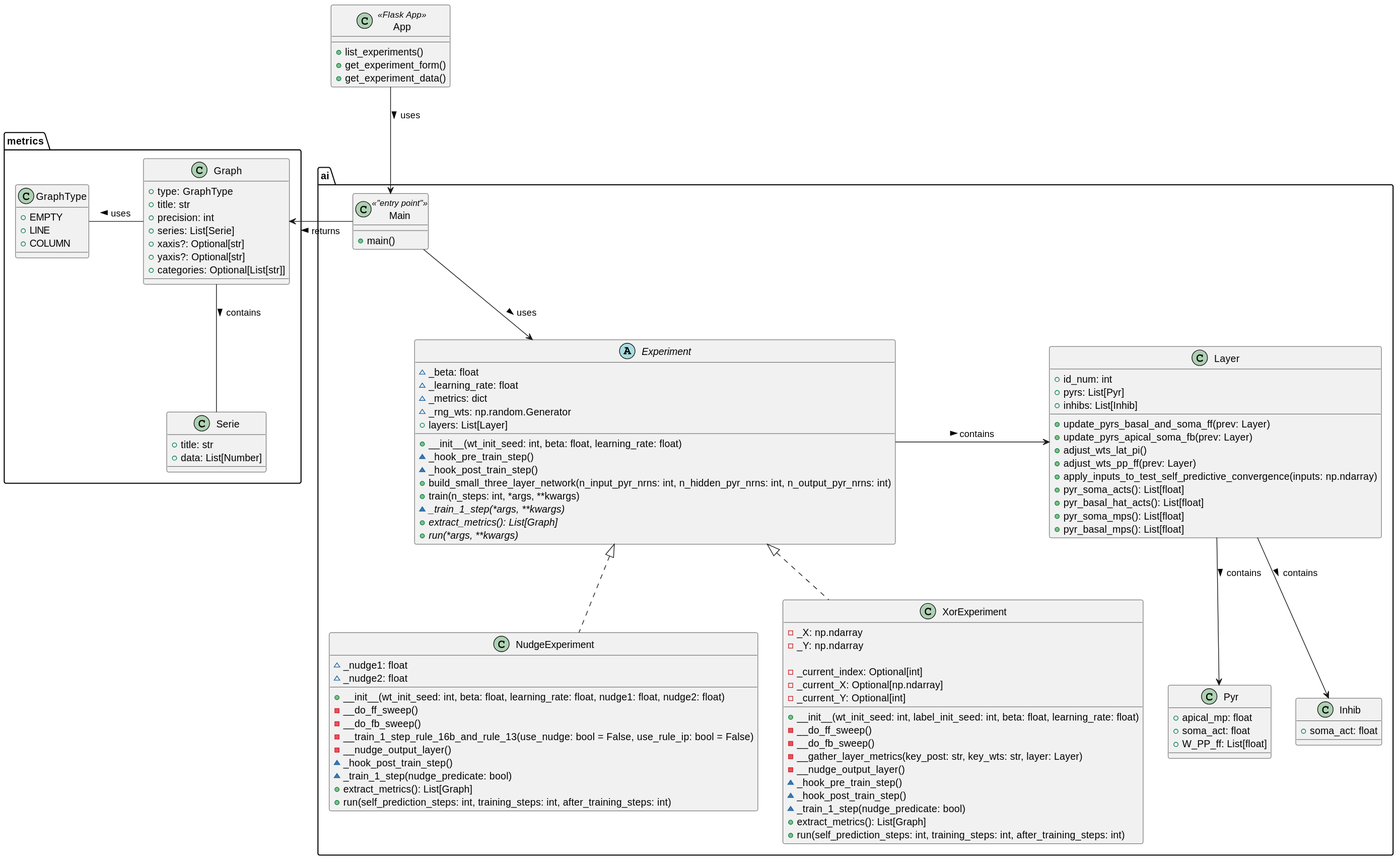
Earlier version of the PlantUML export docs/app_architecture.svg (AnthonySMaida/dendritic-microcircuits). Its diagram source:
```plantuml
@startuml
package "metrics" {
    class "Graph" {
        + type: GraphType
        + title: str
        + precision: int
        + series: List[Serie]
        + xaxis?: Optional[str]
        + yaxis?: Optional[str]
        + categories: Optional[List[str]]
    }

    class "GraphType" {
        + EMPTY
        + LINE
        + COLUMN
    }

    class "Serie" {
        + title: str
        + data: List[Number]
    }

    "GraphType" - "Graph" : < uses
    "Graph" -- "Serie" : > contains
}

package "ai" {
    abstract class "Experiment" {
        ~ _beta: float
        ~ _learning_rate: float
        ~ _metrics: dict
        ~ _rng_wts: np.random.Generator
        + layers: List[Layer]
        + __init__(wt_init_seed: int, beta: float, learning_rate: float)
        ~ _hook_pre_train_step()
        ~ _hook_post_train_step()
        + build_small_three_layer_network(n_input_pyr_nrns: int, n_hidden_pyr_nrns: int, n_output_pyr_nrns: int)
        + train(n_steps: int, *args, **kwargs)
        ~ {abstract} _train_1_step(*args, **kwargs)
        + {abstract} extract_metrics(): List[Graph]
        + {abstract} run(*args, **kwargs)
    }

    class "NudgeExperiment" implements "Experiment" {
        ~ _nudge1: float
        ~ _nudge2: float
        + __init__(wt_init_seed: int, beta: float, learning_rate: float, nudge1: float, nudge2: float)
        - __do_ff_sweep()
        - __do_fb_sweep()
        - __train_1_step_rule_16b_and_rule_13(use_nudge: bool = False, use_rule_ip: bool = False)
        - __nudge_output_layer()
        ~ _hook_post_train_step()
        ~ _train_1_step(nudge_predicate: bool)
        + extract_metrics(): List[Graph]
        + run(self_prediction_steps: int, training_steps: int, after_training_steps: int)
    }

    class "XorExperiment" implements "Experiment" {
        - _X: np.ndarray
        - _Y: np.ndarray

        - _current_index: Optional[int]
        - _current_X: Optional[np.ndarray]
        - _current_Y: Optional[int]

        + __init__(wt_init_seed: int, label_init_seed: int, beta: float, learning_rate: float)
        - __do_ff_sweep()
        - __do_fb_sweep()
        - __gather_layer_metrics(key_post: str, key_wts: str, layer: Layer)
        - __nudge_output_layer()
        ~ _hook_pre_train_step()
        ~ _hook_post_train_step()
        ~ _train_1_step(nudge_predicate: bool)
        + extract_metrics(): List[Graph]
        + run(self_prediction_steps: int, training_steps: int, after_training_steps: int)
    }

    class "Layer" {
        + id_num: int
        + pyrs: List[Pyr]
        + inhibs: List[Inhib]
        + update_pyrs_basal_and_soma_ff(prev: Layer)
        + update_pyrs_apical_soma_fb(prev: Layer)
        + adjust_wts_lat_pi()
        + adjust_wts_pp_ff(prev: Layer)
        + apply_inputs_to_test_self_predictive_convergence(inputs: np.ndarray)
        + pyr_soma_acts(): List[float]
        + pyr_basal_hat_acts(): List[float]
        + pyr_soma_mps(): List[float]
        + pyr_basal_mps(): List[float]
    }

    class "Pyr" {
        + apical_mp: float
        + soma_act: float
        + W_PP_ff: List[float]
    }

    class "Inhib" {
        + soma_act: float
    }

    class "Main" << "entry point" >> {
        + main()
    }

    "Experiment" -> "Layer" : > contains
    "Layer" --> "Pyr" : > contains
    "Layer" --> "Inhib" : > contains
    "Main" --> "Experiment" : > uses
}

class "App" << Flask App >> {
    + list_experiments()
    + get_experiment_form()
    + get_experiment_data()
}

"App" --> "ai.Main" : > uses
"metrics.Graph" <- "ai.Main" : < returns
@enduml
```
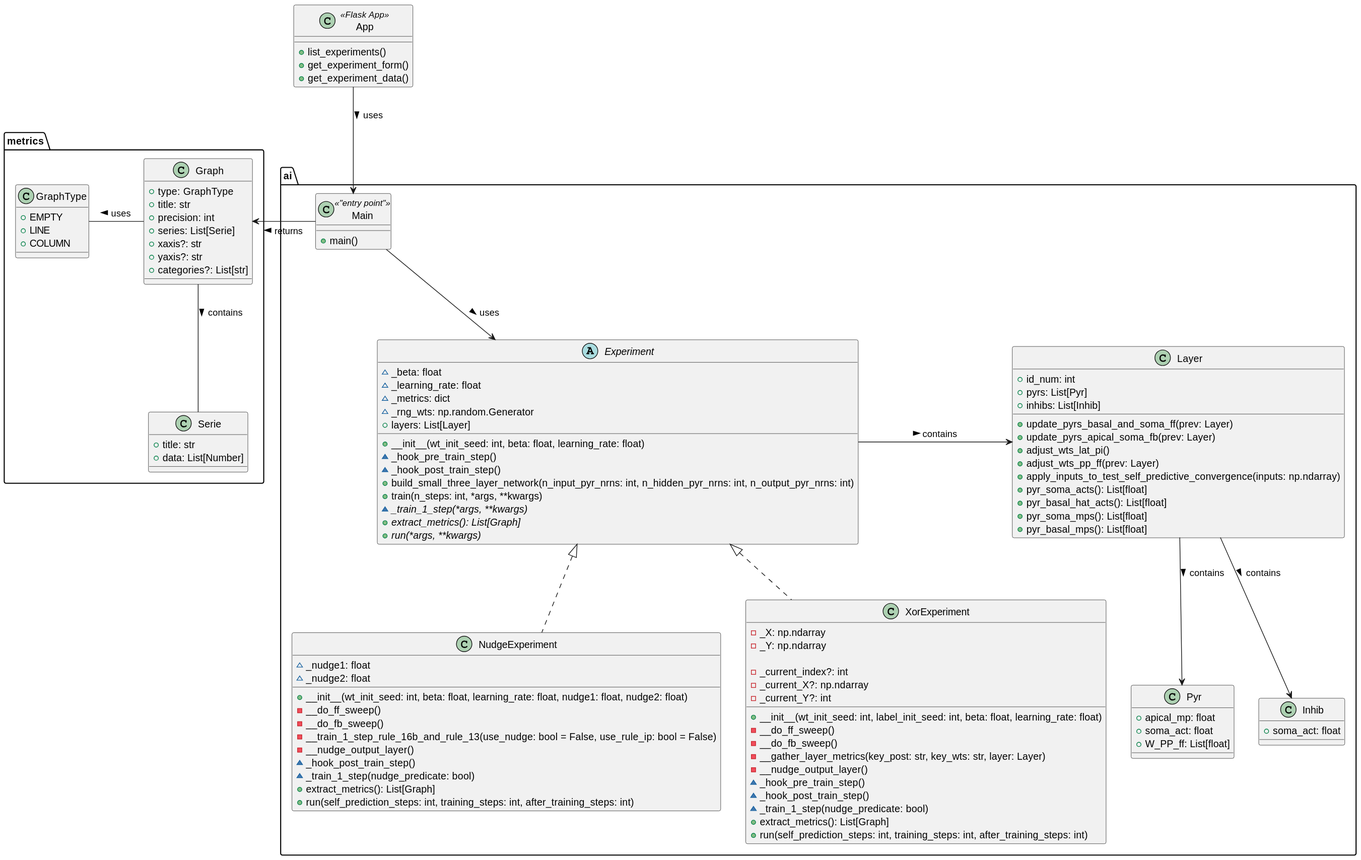
Above is the later version.

Commit message:
Standardize optional notation

Diff of the diagram source:
```diff
@@ -5,9 +5,9 @@
         + title: str
         + precision: int
         + series: List[Serie]
-        + xaxis?: Optional[str]
-        + yaxis?: Optional[str]
-        + categories: Optional[List[str]]
+        + xaxis?: str
+        + yaxis?: str
+        + categories?: List[str]
     }
 
     class "GraphType" {
@@ -60,9 +60,9 @@
         - _X: np.ndarray
         - _Y: np.ndarray
 
-        - _current_index: Optional[int]
-        - _current_X: Optional[np.ndarray]
-        - _current_Y: Optional[int]
+        - _current_index?: int
+        - _current_X?: np.ndarray
+        - _current_Y?: int
 
         + __init__(wt_init_seed: int, label_init_seed: int, beta: float, learning_rate: float)
         - __do_ff_sweep()
```
